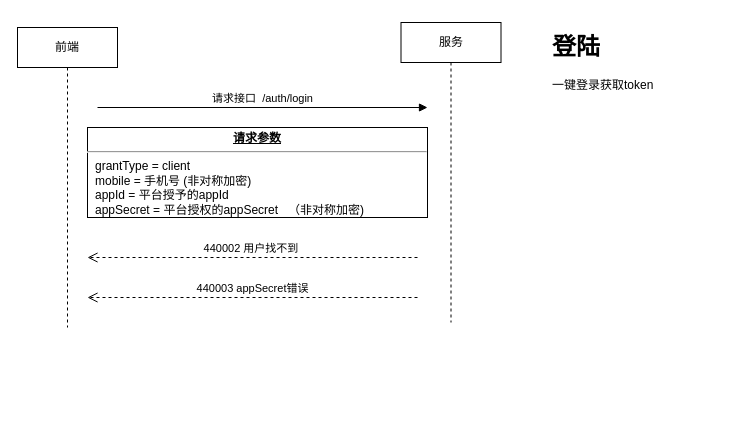
Earlier version of the draw.io diagram 新智享调车.drawio (yangrenqing/yangrenqing). Source tidied: cells renumbered, new cells numbered last; positions are measured from the earlier drawing's top-left corner, leaving out a move shared by most shapes. Both pictures are drawn from the tidied source at 100%, with x=0, y=0 at pixel (17, 22).
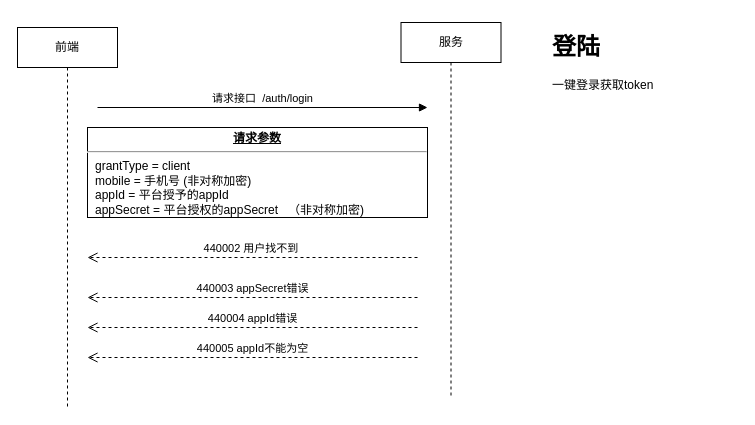
The same diagram, later.

Commit message (it also covers changes not shown here):
Update 新智享调车.drawio

Diff of the diagram source:
```diff
@@
 <mxGraphModel>
   <root>
     <mxCell id="0" />
     <mxCell id="1" parent="0" />
     <mxCell id="2" value="前端" style="shape=umlLifeline;perimeter=lifelinePerimeter;whiteSpace=wrap;html=1;" parent="1" vertex="1">
-      <mxGeometry y="5" width="100" height="300" as="geometry" />
+      <mxGeometry y="5" width="100" height="380" as="geometry" />
     </mxCell>
     <mxCell id="3" value="服务" style="shape=umlLifeline;perimeter=lifelinePerimeter;whiteSpace=wrap;html=1;" parent="1" vertex="1">
-      <mxGeometry x="383.5" width="100" height="300" as="geometry" />
+      <mxGeometry x="383.5" width="100" height="375" as="geometry" />
     </mxCell>
     <mxCell id="4" value="&lt;h1&gt;登陆&lt;/h1&gt;&lt;p&gt;一键登录获取token&lt;/p&gt;" style="text;html=1;strokeColor=none;fillColor=none;spacing=5;spacingTop=-20;whiteSpace=wrap;overflow=hidden;rounded=0;" parent="1" vertex="1">
       <mxGeometry x="530" y="5" width="190" height="120" as="geometry" />
     </mxCell>
     <mxCell id="5" value="请求接口&amp;nbsp; /auth/login" style="html=1;verticalAlign=bottom;endArrow=block;" parent="1" edge="1">
       <mxGeometry relative="1" as="geometry">
         <mxPoint x="80" y="85" as="sourcePoint" />
         <mxPoint x="410" y="85" as="targetPoint" />
       </mxGeometry>
     </mxCell>
     <mxCell id="6" value="&lt;p style=&quot;margin: 0px ; margin-top: 4px ; text-align: center ; text-decoration: underline&quot;&gt;&lt;b&gt;请求参数&lt;/b&gt;&lt;/p&gt;&lt;hr&gt;&lt;p style=&quot;margin: 0px ; margin-left: 8px&quot;&gt;grantType = client&lt;br&gt;mobile = 手机号 (非对称加密)&lt;br&gt;appId = 平台授予的appId&lt;/p&gt;&lt;p style=&quot;margin: 0px ; margin-left: 8px&quot;&gt;appSecret = 平台授权的appSecret&amp;nbsp; &amp;nbsp;（非对称加密)&amp;nbsp; &amp;nbsp; &amp;nbsp; &amp;nbsp; &amp;nbsp; &amp;nbsp; &amp;nbsp; &amp;nbsp; &amp;nbsp; &amp;nbsp; &amp;nbsp; &amp;nbsp; &amp;nbsp; &amp;nbsp; &amp;nbsp; &amp;nbsp; &amp;nbsp;&amp;nbsp;&lt;/p&gt;" style="verticalAlign=top;align=left;overflow=fill;fontSize=12;fontFamily=Helvetica;html=1;" parent="1" vertex="1">
       <mxGeometry x="70" y="105" width="340" height="90" as="geometry" />
     </mxCell>
     <mxCell id="7" value="440002 用户找不到&amp;nbsp;" style="html=1;verticalAlign=bottom;endArrow=open;dashed=1;endSize=8;" parent="1" edge="1">
       <mxGeometry relative="1" as="geometry">
         <mxPoint x="400" y="235" as="sourcePoint" />
         <mxPoint x="70" y="235" as="targetPoint" />
       </mxGeometry>
     </mxCell>
     <mxCell id="8" value="440003 appSecret错误" style="html=1;verticalAlign=bottom;endArrow=open;dashed=1;endSize=8;" parent="1" edge="1">
       <mxGeometry relative="1" as="geometry">
         <mxPoint x="400" y="275" as="sourcePoint" />
         <mxPoint x="70" y="275" as="targetPoint" />
         <Array as="points">
           <mxPoint x="230" y="275" />
         </Array>
       </mxGeometry>
     </mxCell>
+    <mxCell id="9" value="440004 appId错误" style="html=1;verticalAlign=bottom;endArrow=open;dashed=1;endSize=8;" parent="1" edge="1">
+      <mxGeometry relative="1" as="geometry">
+        <mxPoint x="400" y="305" as="sourcePoint" />
+        <mxPoint x="70" y="305" as="targetPoint" />
+      </mxGeometry>
+    </mxCell>
+    <mxCell id="10" value="440005 appId不能为空" style="html=1;verticalAlign=bottom;endArrow=open;dashed=1;endSize=8;" parent="1" edge="1">
+      <mxGeometry relative="1" as="geometry">
+        <mxPoint x="400" y="335" as="sourcePoint" />
+        <mxPoint x="70" y="335" as="targetPoint" />
+      </mxGeometry>
+    </mxCell>
   </root>
 </mxGraphModel>
```
